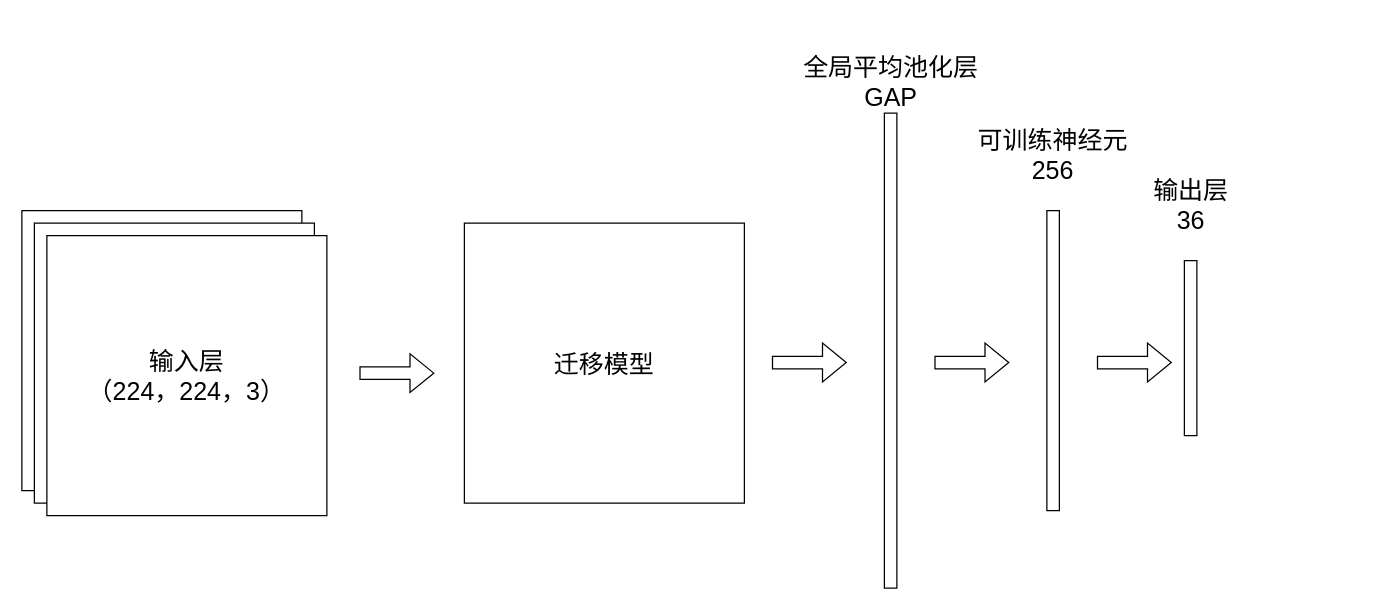
The draw.io diagram 神经网络模型.drawio in caijihuize/Mushroom_Classification, before the edit. Source tidied: cells renumbered, new cells numbered last; positions are measured from the earlier drawing's top-left corner, leaving out a move shared by most shapes. Both pictures are drawn from the tidied source at 125%, with x=0, y=0 at pixel (21, 48).
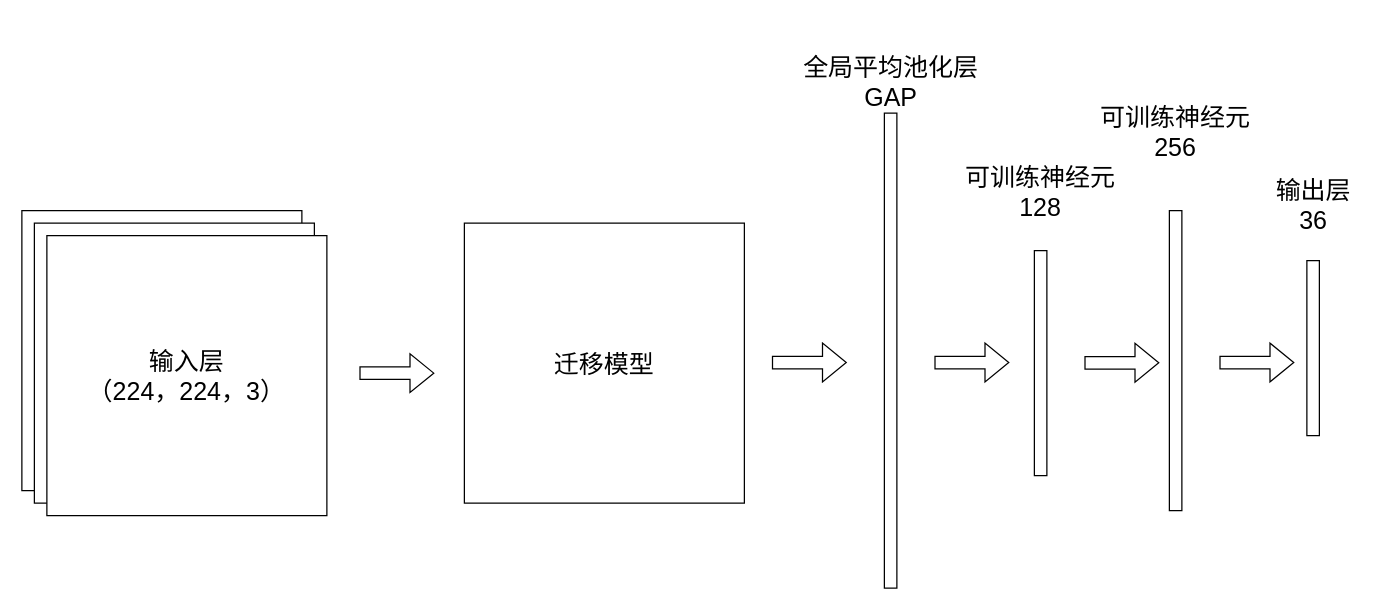
After the change.

Commit message:
更新神经网络模型.drawio

Change to the diagram source:
```diff
@@
     <mxCell id="7" style="rounded=0;whiteSpace=wrap;html=1;" parent="1" vertex="1">
-      <mxGeometry x="820" y="130" width="10" height="240" as="geometry" />
+      <mxGeometry x="918" y="130" width="10" height="240" as="geometry" />
     </mxCell>
@@
     <mxCell id="12" value="可训练神经元&lt;br&gt;&lt;div&gt;256&lt;/div&gt;" style="text;html=1;align=center;verticalAlign=middle;whiteSpace=wrap;rounded=0;fontSize=20;" parent="1" vertex="1">
-      <mxGeometry x="761.2" y="70" width="127.5" height="30" as="geometry" />
+      <mxGeometry x="859.2" y="52" width="127.5" height="30" as="geometry" />
     </mxCell>
     <mxCell id="13" style="rounded=0;whiteSpace=wrap;html=1;" parent="1" vertex="1">
-      <mxGeometry x="930" y="170" width="10" height="140" as="geometry" />
+      <mxGeometry x="1028" y="170" width="10" height="140" as="geometry" />
     </mxCell>
     <mxCell id="14" style="shape=flexArrow;endArrow=classic;html=1;rounded=0;" parent="1" edge="1">
       <mxGeometry relative="1" as="geometry">
-        <mxPoint x="860" y="251.5" as="sourcePoint" />
-        <mxPoint x="920" y="251.5" as="targetPoint" />
+        <mxPoint x="958" y="251.5" as="sourcePoint" />
+        <mxPoint x="1018" y="251.5" as="targetPoint" />
       </mxGeometry>
     </mxCell>
     <mxCell id="15" value="输出层&lt;div&gt;36&lt;/div&gt;" style="text;html=1;align=center;verticalAlign=middle;whiteSpace=wrap;rounded=0;fontSize=20;" parent="1" vertex="1">
-      <mxGeometry x="892.5" y="110" width="85" height="30" as="geometry" />
+      <mxGeometry x="990.5" y="110" width="85" height="30" as="geometry" />
     </mxCell>
+    <mxCell id="16" style="rounded=0;whiteSpace=wrap;html=1;" parent="1" vertex="1">
+      <mxGeometry x="810" y="162" width="10" height="180" as="geometry" />
+    </mxCell>
+    <mxCell id="17" value="可训练神经元&lt;br&gt;&lt;div&gt;128&lt;/div&gt;" style="text;html=1;align=center;verticalAlign=middle;whiteSpace=wrap;rounded=0;fontSize=20;" parent="1" vertex="1">
+      <mxGeometry x="751.2" y="100" width="127.5" height="30" as="geometry" />
+    </mxCell>
+    <mxCell id="18" style="shape=flexArrow;endArrow=classic;html=1;rounded=0;" parent="1" edge="1">
+      <mxGeometry relative="1" as="geometry">
+        <mxPoint x="850" y="251.7" as="sourcePoint" />
+        <mxPoint x="910" y="251.7" as="targetPoint" />
+      </mxGeometry>
+    </mxCell>
```
